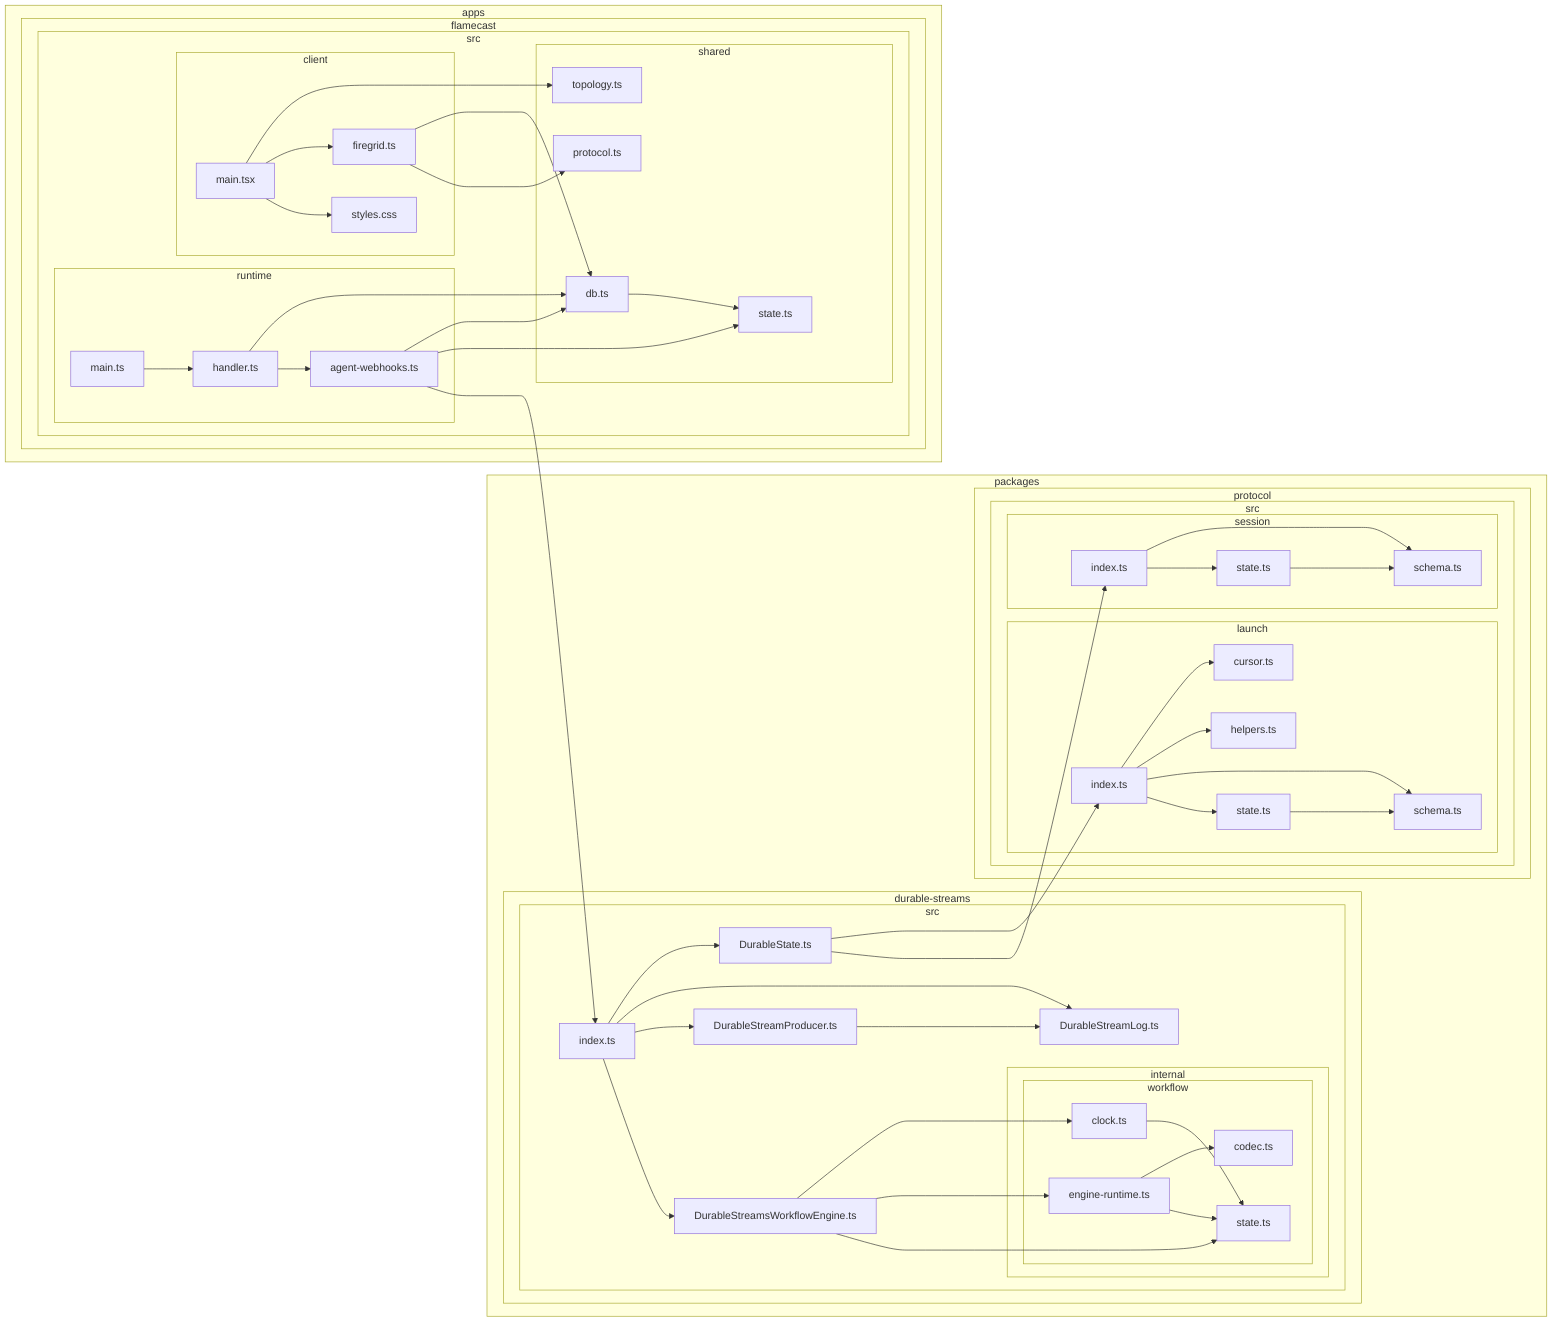
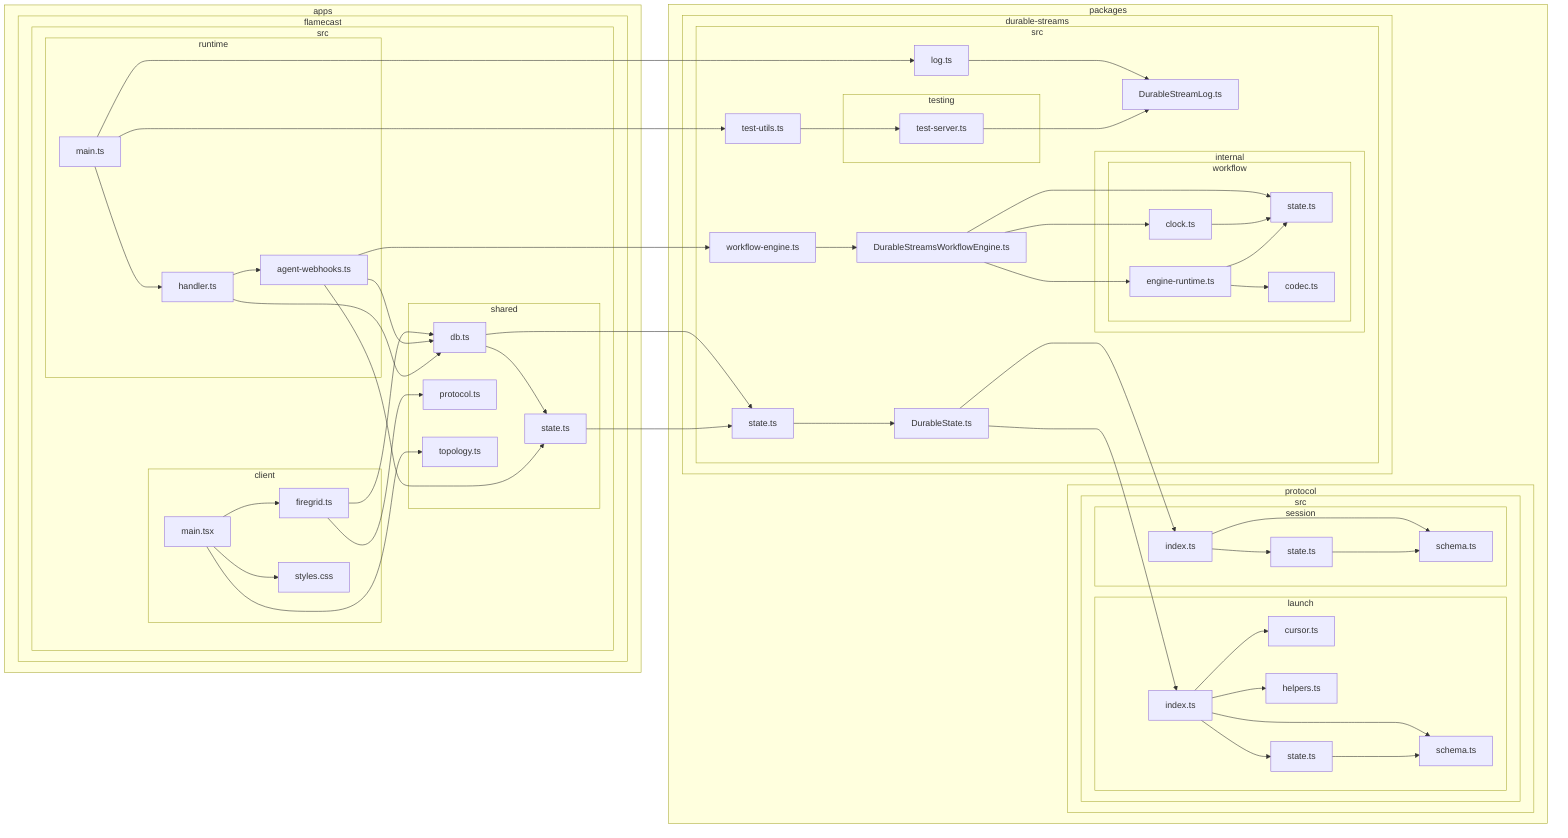
flowchart LR

subgraph 0["apps"]
subgraph 1["flamecast"]
subgraph 2["src"]
subgraph 3["client"]
4["firegrid.ts"]
- 9["main.tsx"]
- A["styles.css"]
+ Q["main.tsx"]
+ R["styles.css"]
end
subgraph 5["shared"]
6["db.ts"]
7["state.ts"]
- 8["protocol.ts"]
- B["topology.ts"]
+ P["protocol.ts"]
+ S["topology.ts"]
end
- subgraph C["runtime"]
- D["agent-webhooks.ts"]
- 14["handler.ts"]
- 15["main.ts"]
+ subgraph T["runtime"]
+ U["agent-webhooks.ts"]
+ 13["handler.ts"]
+ 14["main.ts"]
end
end
end
end
- subgraph E["packages"]
- subgraph F["durable-streams"]
- subgraph G["src"]
- H["index.ts"]
- I["DurableState.ts"]
- V["DurableStreamLog.ts"]
- W["DurableStreamProducer.ts"]
- X["DurableStreamsWorkflowEngine.ts"]
- subgraph Y["internal"]
- subgraph Z["workflow"]
- 10["clock.ts"]
- 11["state.ts"]
- 12["engine-runtime.ts"]
- 13["codec.ts"]
+ subgraph 8["packages"]
+ subgraph 9["durable-streams"]
+ subgraph A["src"]
+ B["state.ts"]
+ C["DurableState.ts"]
+ V["workflow-engine.ts"]
+ W["DurableStreamsWorkflowEngine.ts"]
+ subgraph X["internal"]
+ subgraph Y["workflow"]
+ Z["clock.ts"]
+ 10["state.ts"]
+ 11["engine-runtime.ts"]
+ 12["codec.ts"]
+ end
+ end
+ 15["log.ts"]
+ 16["DurableStreamLog.ts"]
+ 17["test-utils.ts"]
+ subgraph 18["testing"]
+ 19["test-server.ts"]
end
end
end
+ subgraph D["protocol"]
+ subgraph E["src"]
+ subgraph F["launch"]
+ G["index.ts"]
+ H["cursor.ts"]
+ I["helpers.ts"]
+ J["schema.ts"]
+ K["state.ts"]
end
- subgraph J["protocol"]
- subgraph K["src"]
- subgraph L["launch"]
+ subgraph L["session"]
M["index.ts"]
- N["cursor.ts"]
- O["helpers.ts"]
- P["schema.ts"]
- Q["state.ts"]
- end
- subgraph R["session"]
- S["index.ts"]
- T["schema.ts"]
- U["state.ts"]
+ N["schema.ts"]
+ O["state.ts"]
end
end
end
end
4-->6
- 4-->8
+ 4-->P
6-->7
- 9-->B
- 9-->4
- 9-->A
- D-->6
- D-->7
- D-->H
- H-->I
- H-->V
- H-->W
- H-->X
- I-->M
- I-->S
+ 6-->B
+ 7-->B
+ B-->C
+ C-->G
+ C-->M
+ G-->H
+ G-->I
+ G-->J
+ G-->K
+ K-->J
M-->N
M-->O
- M-->P
- M-->Q
- Q-->P
- S-->T
- S-->U
- U-->T
- W-->V
- X-->10
- X-->12
- X-->11
- 10-->11
- 12-->13
- 12-->11
- 14-->6
- 14-->D
- 15-->14
+ O-->N
+ Q-->S
+ Q-->4
+ Q-->R
+ U-->6
+ U-->7
+ U-->V
+ V-->W
+ W-->Z
+ W-->11
+ W-->10
+ Z-->10
+ 11-->12
+ 11-->10
+ 13-->6
+ 13-->U
+ 14-->13
+ 14-->15
+ 14-->17
+ 15-->16
+ 17-->19
+ 19-->16
